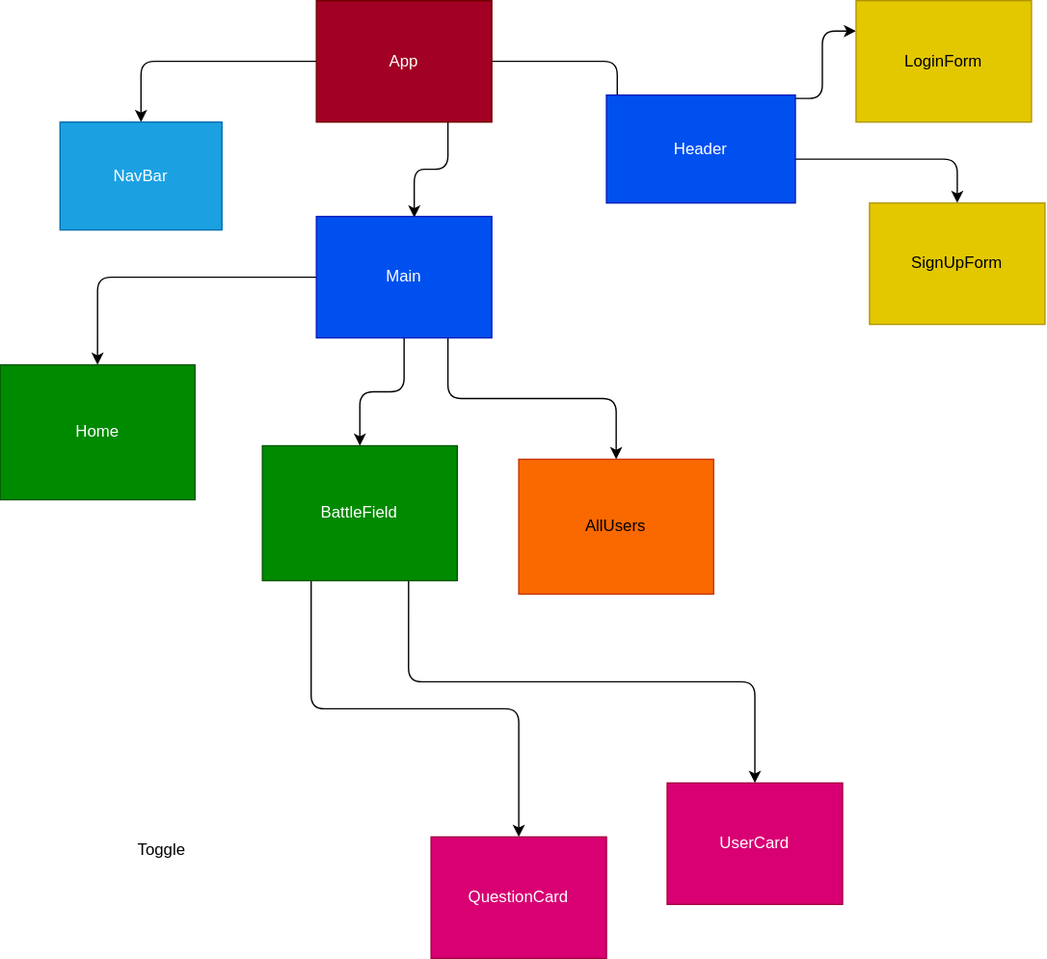
This is components.drawio.svg from jng34/battle-on-rails, a draw.io export, as it was before one commit. Source tidied: cells renumbered, new cells last; positions are measured from the earlier drawing's top-left corner, leaving out a move shared by most shapes.
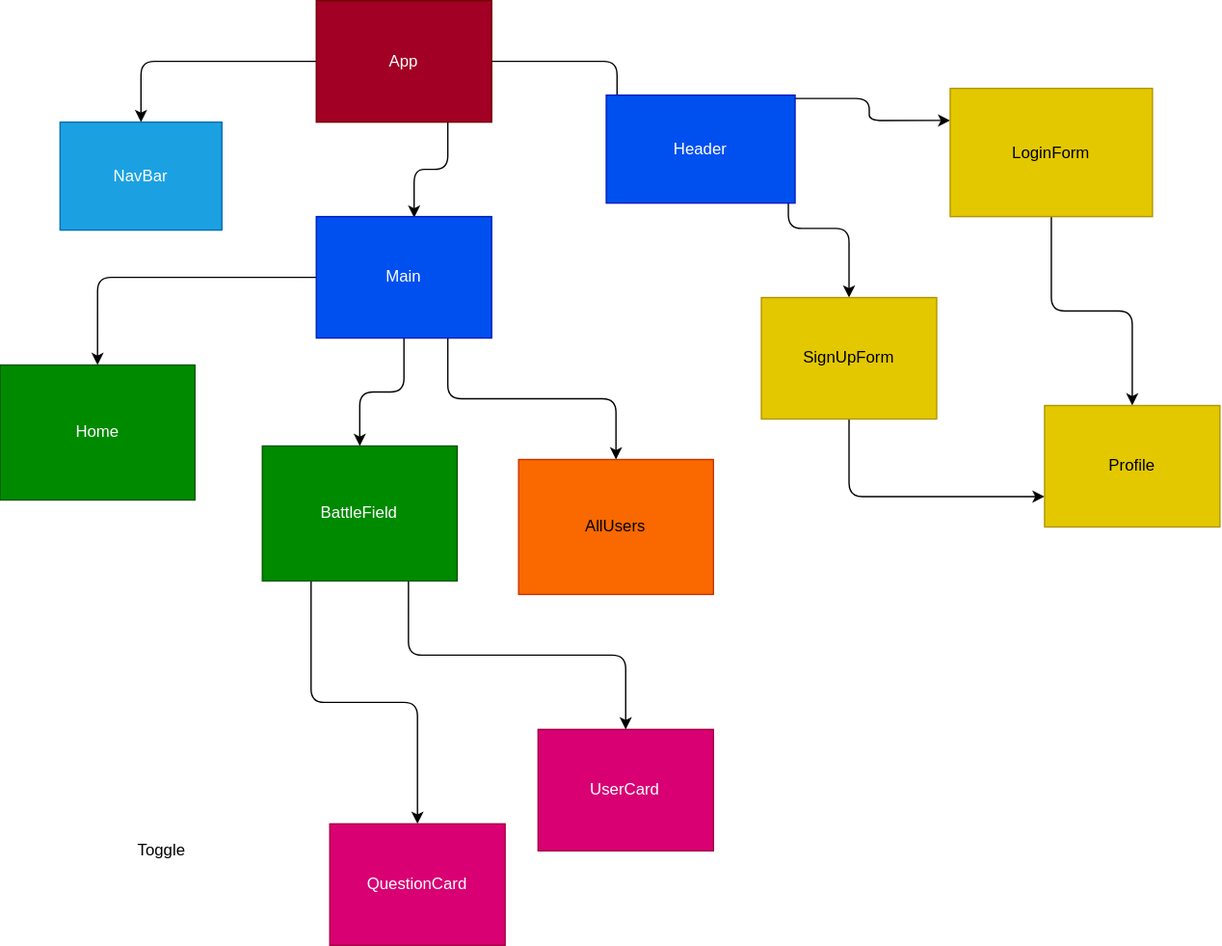
Later version of the same file.

The edit, as a diff of the source:
```diff
@@ -20,7 +20,7 @@
       <mxGeometry x="44" y="90" width="120" height="80" as="geometry" />
     </mxCell>
     <mxCell id="7" value="UserCard" style="whiteSpace=wrap;html=1;fillColor=#d80073;fontColor=#ffffff;strokeColor=#A50040;" parent="1" vertex="1">
-      <mxGeometry x="494" y="580" width="130" height="90" as="geometry" />
+      <mxGeometry x="398.4" y="540" width="130" height="90" as="geometry" />
     </mxCell>
     <mxCell id="8" style="edgeStyle=orthogonalEdgeStyle;html=1;exitX=1;exitY=0.25;exitDx=0;exitDy=0;entryX=0;entryY=0.25;entryDx=0;entryDy=0;" parent="1" edge="1" target="20">
       <mxGeometry relative="1" as="geometry">
@@ -42,7 +42,7 @@
       <mxGeometry x="194" y="330" width="144.4" height="100" as="geometry" />
     </mxCell>
     <mxCell id="13" value="QuestionCard" style="whiteSpace=wrap;html=1;fillColor=#d80073;fontColor=#ffffff;strokeColor=#A50040;" parent="1" vertex="1">
-      <mxGeometry x="319" y="620" width="130" height="90" as="geometry" />
+      <mxGeometry x="244" y="610" width="130" height="90" as="geometry" />
     </mxCell>
     <mxCell id="14" value="AllUsers" style="whiteSpace=wrap;html=1;fillColor=#fa6800;fontColor=#000000;strokeColor=#C73500;" parent="1" vertex="1">
       <mxGeometry x="384" y="340" width="144.4" height="100" as="geometry" />
@@ -59,11 +59,17 @@
     <mxCell id="18" value="Main" style="whiteSpace=wrap;html=1;fillColor=#0050ef;fontColor=#ffffff;strokeColor=#001DBC;" parent="1" vertex="1">
       <mxGeometry x="234" y="160" width="130" height="90" as="geometry" />
     </mxCell>
+    <mxCell id="24" style="edgeStyle=orthogonalEdgeStyle;html=1;exitX=0.5;exitY=1;exitDx=0;exitDy=0;entryX=0;entryY=0.75;entryDx=0;entryDy=0;" parent="1" edge="1" source="19" target="26">
+      <mxGeometry relative="1" as="geometry" />
+    </mxCell>
     <mxCell id="19" value="SignUpForm" style="whiteSpace=wrap;html=1;fillColor=#e3c800;fontColor=#000000;strokeColor=#B09500;" parent="1" vertex="1">
-      <mxGeometry x="644" y="150" width="130" height="90" as="geometry" />
+      <mxGeometry x="564" y="220" width="130" height="90" as="geometry" />
     </mxCell>
+    <mxCell id="25" style="edgeStyle=orthogonalEdgeStyle;html=1;exitX=0.5;exitY=1;exitDx=0;exitDy=0;entryX=0.5;entryY=0;entryDx=0;entryDy=0;" parent="1" edge="1" source="20" target="26">
+      <mxGeometry relative="1" as="geometry" />
+    </mxCell>
     <mxCell id="20" value="LoginForm" style="whiteSpace=wrap;html=1;fillColor=#e3c800;fontColor=#000000;strokeColor=#B09500;" parent="1" vertex="1">
-      <mxGeometry x="634" width="130" height="90" as="geometry" />
+      <mxGeometry x="704" y="65" width="150" height="95" as="geometry" />
     </mxCell>
     <mxCell id="21" value="Toggle" style="text;html=1;align=center;verticalAlign=middle;fillColor=none;strokeColor=none;rounded=0;" parent="1" vertex="1">
       <mxGeometry x="94" y="620" width="50" height="20" as="geometry" />
@@ -74,5 +80,8 @@
     <mxCell id="23" value="Home" style="whiteSpace=wrap;html=1;fillColor=#008a00;fontColor=#ffffff;strokeColor=#005700;" parent="1" vertex="1">
       <mxGeometry x="-0.4" y="270" width="144.4" height="100" as="geometry" />
     </mxCell>
+    <mxCell id="26" value="Profile" style="whiteSpace=wrap;html=1;fillColor=#e3c800;fontColor=#000000;strokeColor=#B09500;" parent="1" vertex="1">
+      <mxGeometry x="774" y="300" width="130" height="90" as="geometry" />
+    </mxCell>
   </root>
 </mxGraphModel>
```
